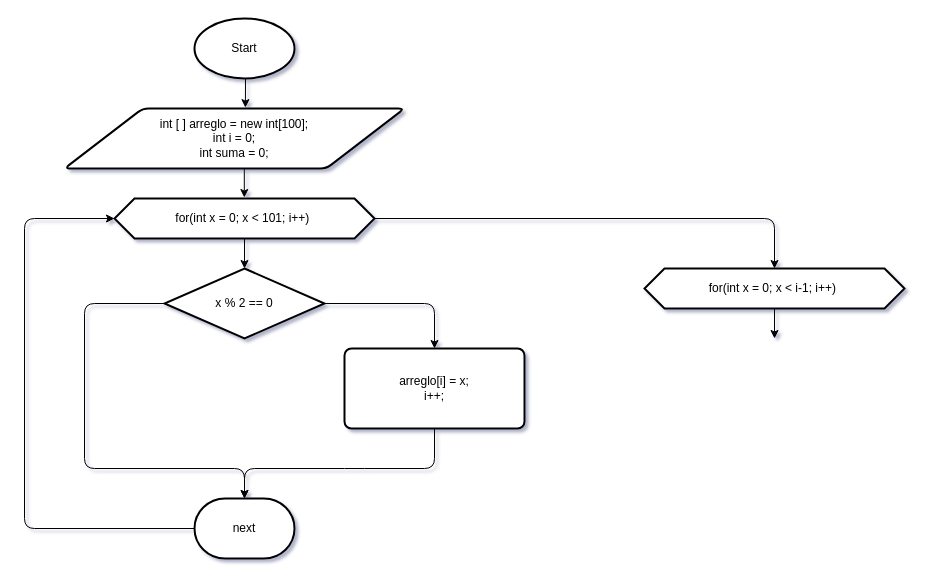
Above: NumerosParesArray.drawio in AnthonyLozadaAlexander/DiagramaDeFlujos (draw.io), before the change. Source tidied: cells renumbered, new cells numbered last; positions are measured from the earlier drawing's top-left corner, leaving out a move shared by most shapes. Both pictures are drawn from the tidied source at 100%, with x=0, y=0 at pixel (24, 18).
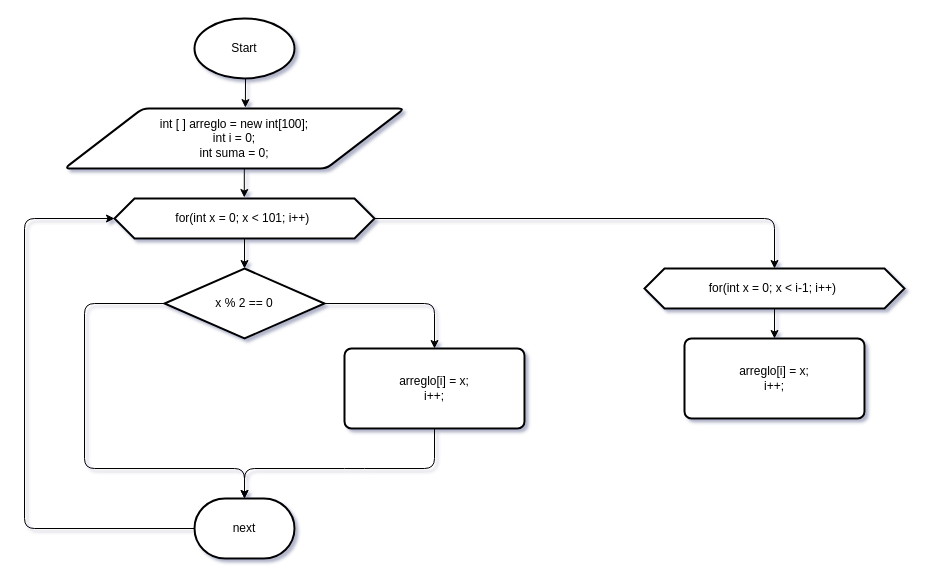
Above is the later version.

Commit message:
Actualizar diagrama de flujo del método de números pares para mejorar la disposición de los elementos y agregar lógica para almacenar números pares en el arreglo.

Diff of the diagram source:
```diff
@@
+    <mxCell id="18" value="arreglo[i] = x;&lt;div&gt;i++;&lt;/div&gt;" style="rounded=1;whiteSpace=wrap;html=1;absoluteArcSize=1;arcSize=14;strokeWidth=2;" parent="1" vertex="1">
+      <mxGeometry x="660" y="320" width="180" height="80" as="geometry" />
+    </mxCell>
```
